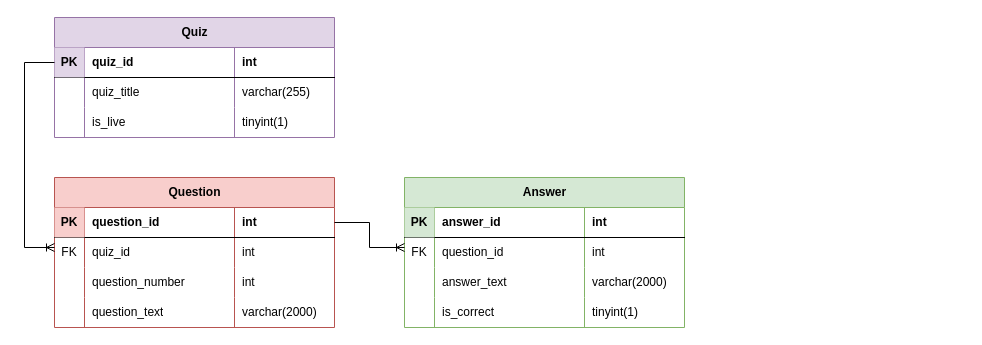
This is page "Database Diagrams" (4 of 4) of diagrams/sprint2-project-diagram.drawio from full-stack-devs-learn/niantic-2024-sprint-2-team-3, a draw.io file, before an edit. Source tidied: cells renumbered, new cells numbered last; positions are measured from the earlier drawing's top-left corner, leaving out a move shared by most shapes. Both pictures are drawn from the tidied source at 100%, with x=0, y=0 at pixel (24, 17).
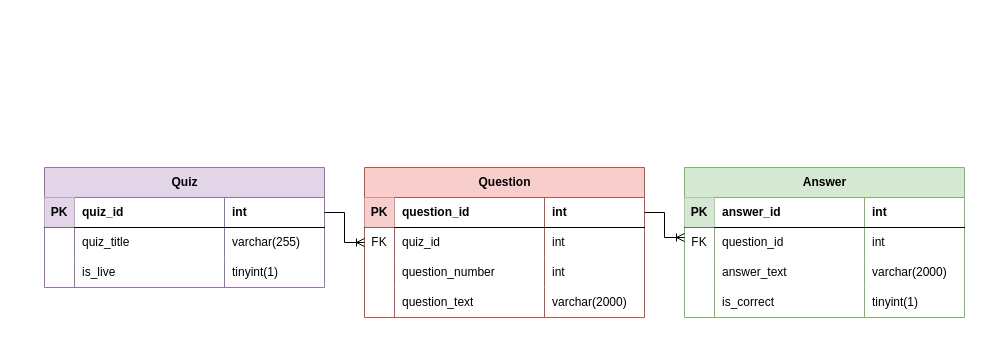
Above is the later version.

The change refers to these unchanged cells:
```xml
<mxCell id="3" style="shape=tableRow;horizontal=0;startSize=0;swimlaneHead=0;swimlaneBody=0;fillColor=none;points=[[0,0.5],[1,0.5]];portConstraint=eastwest;top=0;left=0;right=0;bottom=1;" parent="2" vertex="1">
  <mxGeometry y="30" width="280" height="30" as="geometry" />
</mxCell>
<mxCell id="16" style="shape=tableRow;horizontal=0;startSize=0;swimlaneHead=0;swimlaneBody=0;fillColor=none;points=[[0,0.5],[1,0.5]];portConstraint=eastwest;top=0;left=0;right=0;bottom=1;" parent="15" vertex="1">
  <mxGeometry y="30" width="280" height="30" as="geometry" />
</mxCell>
<mxCell id="20" style="shape=tableRow;horizontal=0;startSize=0;swimlaneHead=0;swimlaneBody=0;fillColor=none;points=[[0,0.5],[1,0.5]];portConstraint=eastwest;top=0;left=0;right=0;bottom=0;" parent="15" vertex="1">
  <mxGeometry y="60" width="280" height="30" as="geometry" />
</mxCell>
<mxCell id="37" style="shape=tableRow;horizontal=0;startSize=0;swimlaneHead=0;swimlaneBody=0;fillColor=none;points=[[0,0.5],[1,0.5]];portConstraint=eastwest;top=0;left=0;right=0;bottom=0;" parent="32" vertex="1">
  <mxGeometry y="60" width="280" height="30" as="geometry" />
</mxCell>
```

Change to the diagram source:
```diff
@@
-<mxGraphModel>
+<mxGraphModel background="#ffffff">
@@
     <mxCell id="2" value="Quiz" style="shape=table;startSize=30;childLayout=tableLayout;rowLines=0;fontStyle=1;align=center;html=1;fillColor=#e1d5e7;strokeColor=#9673a6;" parent="1" vertex="1">
-      <mxGeometry x="30" width="280" height="120" as="geometry" />
+      <mxGeometry x="20" y="150" width="280" height="120" as="geometry" />
     </mxCell>
@@
     <mxCell id="15" value="Question" style="shape=table;startSize=30;childLayout=tableLayout;rowLines=0;fontStyle=1;align=center;html=1;fillColor=#f8cecc;strokeColor=#b85450;" parent="1" vertex="1">
-      <mxGeometry x="30" y="160" width="280" height="150" as="geometry" />
+      <mxGeometry x="340" y="150" width="280" height="150" as="geometry" />
     </mxCell>
@@
     <mxCell id="32" value="Answer" style="shape=table;startSize=30;childLayout=tableLayout;rowLines=0;fontStyle=1;align=center;html=1;fillColor=#d5e8d4;strokeColor=#82b366;" parent="1" vertex="1">
-      <mxGeometry x="380" y="160" width="280" height="150" as="geometry" />
+      <mxGeometry x="660" y="150" width="280" height="150" as="geometry" />
     </mxCell>
@@
+    <mxCell id="50" style="edgeStyle=orthogonalEdgeStyle;fontSize=12;html=1;endArrow=ERoneToMany;rounded=0;entryX=0;entryY=0.333;entryDx=0;entryDy=0;entryPerimeter=0;exitX=1;exitY=0.5;exitDx=0;exitDy=0;" parent="1" edge="1" source="16" target="37">
+      <mxGeometry relative="1" as="geometry" />
+    </mxCell>
-    <mxCell id="49" style="edgeStyle=orthogonalEdgeStyle;fontSize=12;html=1;endArrow=ERoneToMany;rounded=0;entryX=0;entryY=0.333;entryDx=0;entryDy=0;entryPerimeter=0;exitX=0;exitY=0.5;exitDx=0;exitDy=0;" parent="1" edge="1" source="3" target="20">
-      <mxGeometry relative="1" as="geometry">
-        <Array as="points">
-          <mxPoint y="45" />
-          <mxPoint y="230" />
-        </Array>
-      </mxGeometry>
+    <mxCell id="49" style="edgeStyle=orthogonalEdgeStyle;fontSize=12;html=1;endArrow=ERoneToMany;rounded=0;entryX=0;entryY=0.5;entryDx=0;entryDy=0;exitX=1;exitY=0.5;exitDx=0;exitDy=0;" parent="1" edge="1" source="3" target="20">
+      <mxGeometry relative="1" as="geometry" />
     </mxCell>
-    <mxCell id="50" style="edgeStyle=orthogonalEdgeStyle;fontSize=12;html=1;endArrow=ERoneToMany;rounded=0;entryX=0;entryY=0.333;entryDx=0;entryDy=0;entryPerimeter=0;exitX=1;exitY=0.5;exitDx=0;exitDy=0;" parent="1" edge="1" source="16" target="37">
-      <mxGeometry relative="1" as="geometry" />
-    </mxCell>
```
